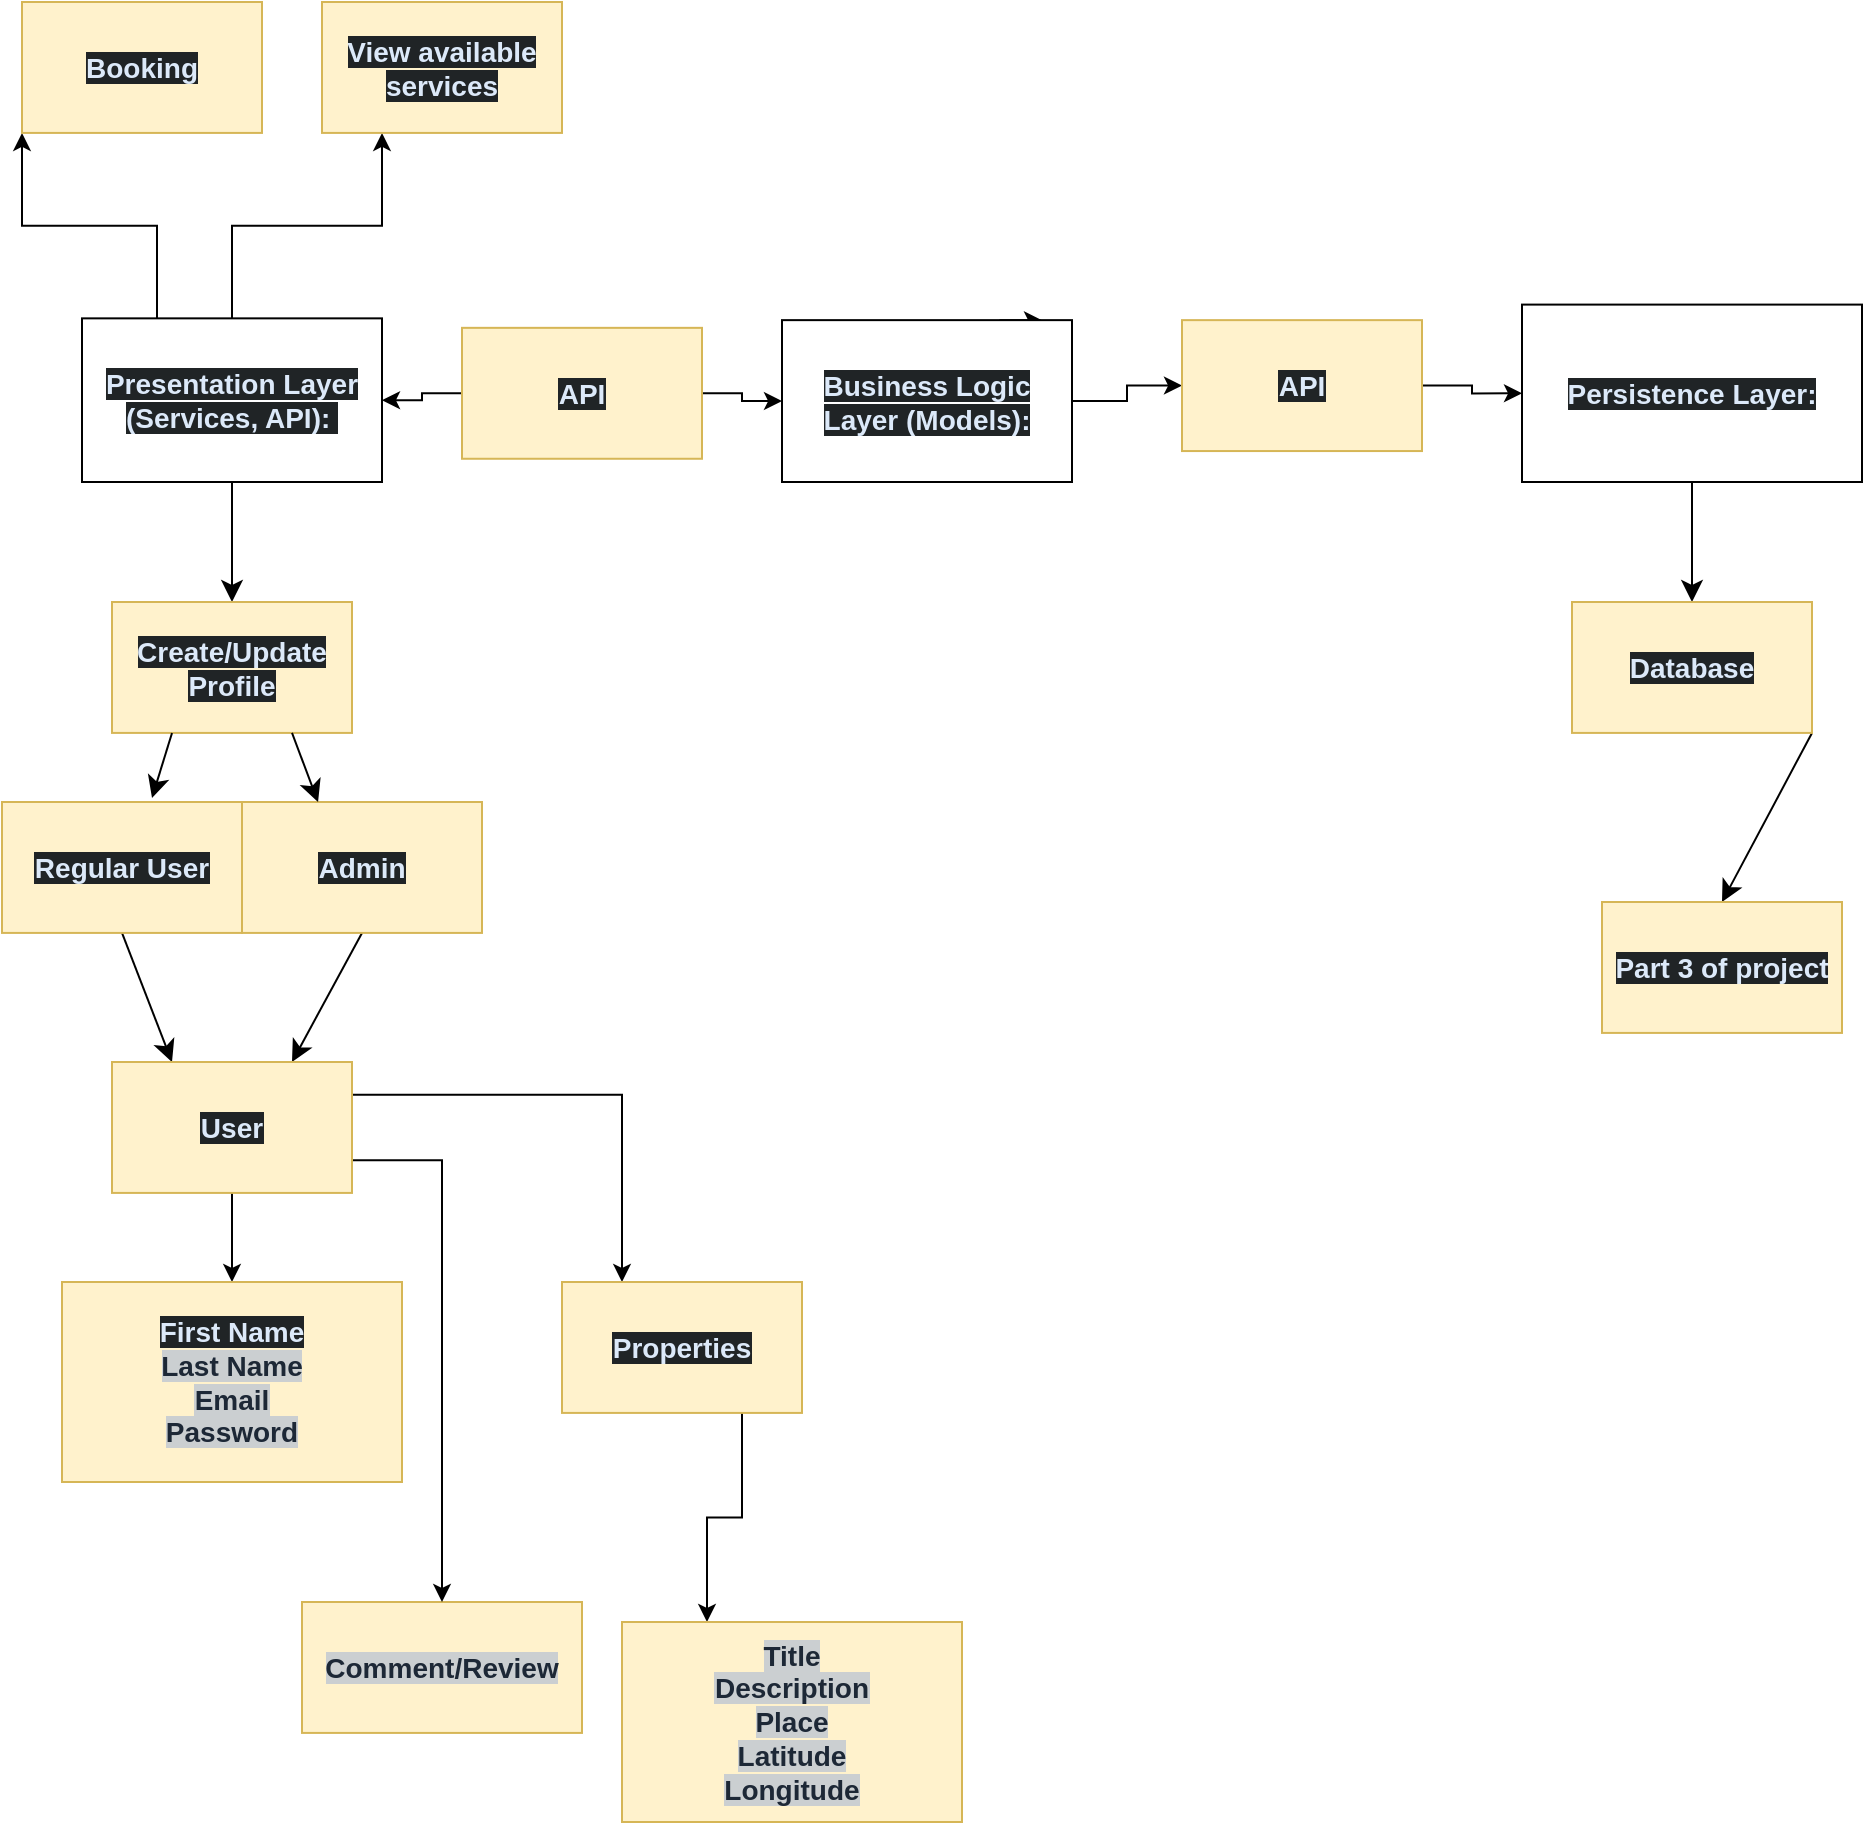
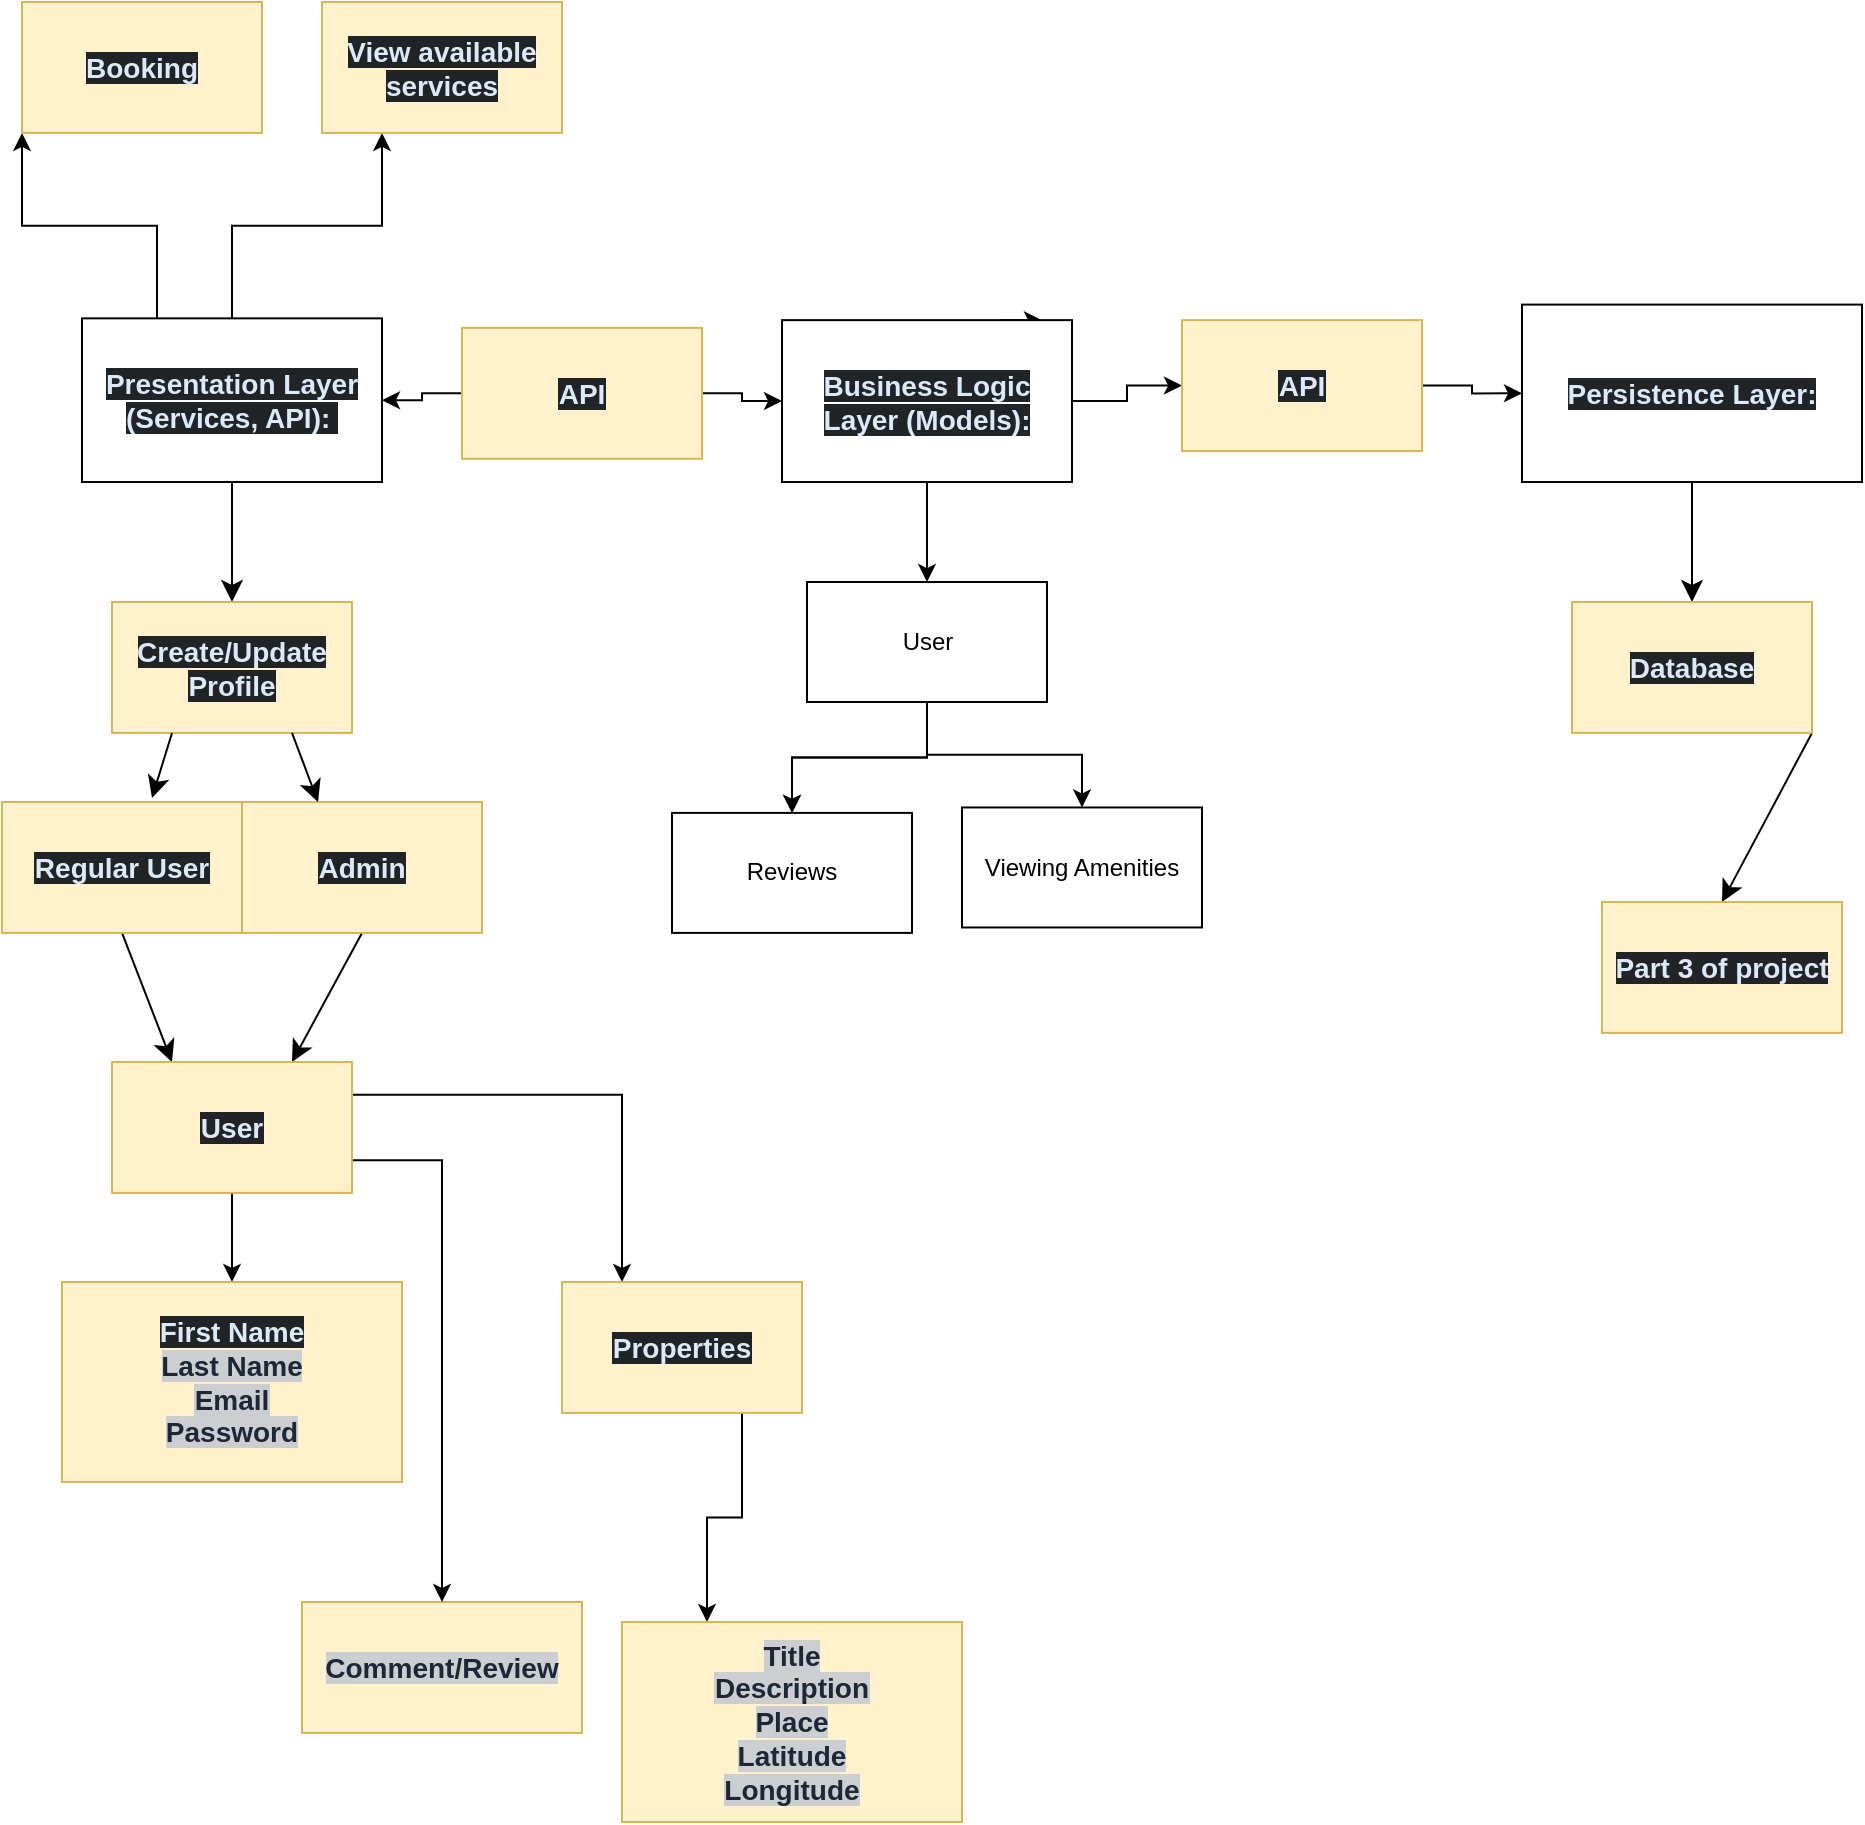
<mxfile host="app.diagrams.net">
  <diagram name="Page-1" id="-YqvBdWR7zro55ob8_1u">
-     <mxGraphModel dx="1414" dy="795" grid="1" gridSize="10" guides="1" tooltips="1" connect="1" arrows="1" fold="1" page="1" pageScale="1" pageWidth="850" pageHeight="1100" math="0" shadow="0">
+     <mxGraphModel dx="1291" dy="956" grid="1" gridSize="10" guides="1" tooltips="1" connect="1" arrows="1" fold="1" page="1" pageScale="1" pageWidth="850" pageHeight="1100" math="0" shadow="0">
      <root>
        <mxCell id="0" />
        <mxCell id="1" parent="0" />
        <mxCell id="knfjWByLyRWuwcYY4K55-11" edge="1" parent="1" source="hUDn5ZNKDxH-Q9J3WyCt-1" style="edgeStyle=none;curved=1;rounded=0;orthogonalLoop=1;jettySize=auto;html=1;exitX=0.5;exitY=1;exitDx=0;exitDy=0;fontSize=12;startSize=8;endSize=8;" target="knfjWByLyRWuwcYY4K55-1">
          <mxGeometry relative="1" as="geometry" />
        </mxCell>
        <mxCell id="nrL1aRvaP8A3k5mvhdIb-1" edge="1" parent="1" source="hUDn5ZNKDxH-Q9J3WyCt-1" style="edgeStyle=orthogonalEdgeStyle;rounded=0;orthogonalLoop=1;jettySize=auto;html=1;exitX=0.25;exitY=0;exitDx=0;exitDy=0;entryX=0;entryY=1;entryDx=0;entryDy=0;" target="nDmQYND_-jVZAFU5oeKq-2">
          <mxGeometry relative="1" as="geometry" />
        </mxCell>
        <mxCell id="nrL1aRvaP8A3k5mvhdIb-2" edge="1" parent="1" source="hUDn5ZNKDxH-Q9J3WyCt-1" style="edgeStyle=orthogonalEdgeStyle;rounded=0;orthogonalLoop=1;jettySize=auto;html=1;exitX=0.5;exitY=0;exitDx=0;exitDy=0;entryX=0.25;entryY=1;entryDx=0;entryDy=0;" target="nDmQYND_-jVZAFU5oeKq-3">
          <mxGeometry relative="1" as="geometry" />
        </mxCell>
        <mxCell id="hUDn5ZNKDxH-Q9J3WyCt-1" parent="1" style="rounded=0;whiteSpace=wrap;html=1;" value="&lt;strong style=&quot;box-sizing: border-box; font-weight: bold; scrollbar-color: rgb(95, 99, 104) rgb(49, 54, 60); color: rgb(220, 233, 249); font-family: aktiv-grotesk, sans-serif; font-size: 14px; text-align: start; background-color: rgb(32, 36, 38);&quot;&gt;Presentation Layer (Services, API):&lt;/strong&gt;&lt;span style=&quot;color: rgb(220, 233, 249); font-family: aktiv-grotesk, sans-serif; font-size: 14px; text-align: start; background-color: rgb(32, 36, 38);&quot;&gt;&amp;nbsp;&lt;/span&gt;" vertex="1">
          <mxGeometry height="81.82" width="150" x="40" y="258.18" as="geometry" />
        </mxCell>
        <mxCell id="nrL1aRvaP8A3k5mvhdIb-28" edge="1" parent="1" source="hUDn5ZNKDxH-Q9J3WyCt-2" style="edgeStyle=orthogonalEdgeStyle;rounded=0;orthogonalLoop=1;jettySize=auto;html=1;exitX=0.75;exitY=0;exitDx=0;exitDy=0;">
          <mxGeometry relative="1" as="geometry">
            <mxPoint x="520" y="259" as="targetPoint" />
          </mxGeometry>
        </mxCell>
        <mxCell id="nrL1aRvaP8A3k5mvhdIb-29" edge="1" parent="1" source="hUDn5ZNKDxH-Q9J3WyCt-2" style="edgeStyle=orthogonalEdgeStyle;rounded=0;orthogonalLoop=1;jettySize=auto;html=1;exitX=1;exitY=0.5;exitDx=0;exitDy=0;entryX=0;entryY=0.5;entryDx=0;entryDy=0;" target="nrL1aRvaP8A3k5mvhdIb-25">
+           <mxGeometry relative="1" as="geometry" />
+         </mxCell>
+         <mxCell id="IQe30unK_AcWwb2UXMVU-2" edge="1" parent="1" source="hUDn5ZNKDxH-Q9J3WyCt-2" style="edgeStyle=orthogonalEdgeStyle;rounded=0;orthogonalLoop=1;jettySize=auto;html=1;" target="IQe30unK_AcWwb2UXMVU-1" value="">
          <mxGeometry relative="1" as="geometry" />
        </mxCell>
        <mxCell id="hUDn5ZNKDxH-Q9J3WyCt-2" parent="1" style="rounded=0;whiteSpace=wrap;html=1;" value="&lt;strong style=&quot;box-sizing: border-box; font-weight: bold; scrollbar-color: rgb(95, 99, 104) rgb(49, 54, 60); color: rgb(220, 233, 249); font-family: aktiv-grotesk, sans-serif; font-size: 14px; text-align: start; background-color: rgb(32, 36, 38);&quot;&gt;Business Logic Layer (Models):&lt;/strong&gt;" vertex="1">
          <mxGeometry height="80.93" width="145" x="390" y="259.07" as="geometry" />
        </mxCell>
        <mxCell id="knfjWByLyRWuwcYY4K55-10" edge="1" parent="1" source="hUDn5ZNKDxH-Q9J3WyCt-3" style="edgeStyle=none;curved=1;rounded=0;orthogonalLoop=1;jettySize=auto;html=1;exitX=0.5;exitY=1;exitDx=0;exitDy=0;entryX=0.5;entryY=0;entryDx=0;entryDy=0;fontSize=12;startSize=8;endSize=8;" target="knfjWByLyRWuwcYY4K55-9">
          <mxGeometry relative="1" as="geometry" />
        </mxCell>
        <mxCell id="hUDn5ZNKDxH-Q9J3WyCt-3" parent="1" style="rounded=0;whiteSpace=wrap;html=1;" value="&lt;strong style=&quot;box-sizing: border-box; font-weight: bold; scrollbar-color: rgb(95, 99, 104) rgb(49, 54, 60); color: rgb(220, 233, 249); font-family: aktiv-grotesk, sans-serif; font-size: 14px; text-align: start; background-color: rgb(32, 36, 38);&quot;&gt;Persistence Layer:&lt;/strong&gt;" vertex="1">
          <mxGeometry height="88.7" width="170" x="760" y="251.3" as="geometry" />
        </mxCell>
        <mxCell id="nDmQYND_-jVZAFU5oeKq-2" parent="1" style="rounded=0;whiteSpace=wrap;html=1;fillColor=#fff2cc;strokeColor=#d6b656;" value="&lt;div style=&quot;text-align: start;&quot;&gt;&lt;font color=&quot;#dce9f9&quot; face=&quot;aktiv-grotesk, sans-serif&quot;&gt;&lt;span style=&quot;font-size: 14px; background-color: rgb(32, 36, 38);&quot;&gt;&lt;b&gt;Booking&lt;/b&gt;&lt;/span&gt;&lt;/font&gt;&lt;/div&gt;" vertex="1">
          <mxGeometry height="65.46" width="120" x="10" y="100" as="geometry" />
        </mxCell>
        <mxCell id="nDmQYND_-jVZAFU5oeKq-3" parent="1" style="rounded=0;whiteSpace=wrap;html=1;align=center;fillColor=#fff2cc;strokeColor=#d6b656;" value="&lt;div style=&quot;&quot;&gt;&lt;font color=&quot;#dce9f9&quot; face=&quot;aktiv-grotesk, sans-serif&quot;&gt;&lt;span style=&quot;font-size: 14px; background-color: rgb(32, 36, 38);&quot;&gt;&lt;b&gt;View available services&lt;/b&gt;&lt;/span&gt;&lt;/font&gt;&lt;/div&gt;" vertex="1">
          <mxGeometry height="65.46" width="120" x="160" y="100.00000000000003" as="geometry" />
        </mxCell>
        <mxCell id="nDmQYND_-jVZAFU5oeKq-4" parent="1" style="rounded=0;whiteSpace=wrap;html=1;align=center;fillColor=#fff2cc;strokeColor=#d6b656;" value="&lt;div style=&quot;&quot;&gt;&lt;font color=&quot;#1d2836&quot; face=&quot;aktiv-grotesk, sans-serif&quot;&gt;&lt;span style=&quot;font-size: 14px; background-color: rgb(203, 207, 209);&quot;&gt;&lt;b&gt;Comment/Review&lt;/b&gt;&lt;/span&gt;&lt;/font&gt;&lt;/div&gt;" vertex="1">
          <mxGeometry height="65.46" width="140" x="150" y="900" as="geometry" />
        </mxCell>
        <mxCell id="knfjWByLyRWuwcYY4K55-1" parent="1" style="rounded=0;whiteSpace=wrap;html=1;align=center;fillColor=#fff2cc;strokeColor=#d6b656;" value="&lt;div style=&quot;&quot;&gt;&lt;font color=&quot;#dce9f9&quot; face=&quot;aktiv-grotesk, sans-serif&quot;&gt;&lt;span style=&quot;font-size: 14px; background-color: rgb(32, 36, 38);&quot;&gt;&lt;b&gt;Create/Update Profile&lt;/b&gt;&lt;/span&gt;&lt;/font&gt;&lt;/div&gt;" vertex="1">
          <mxGeometry height="65.46" width="120" x="55" y="400" as="geometry" />
        </mxCell>
        <mxCell id="knfjWByLyRWuwcYY4K55-12" edge="1" parent="1" source="knfjWByLyRWuwcYY4K55-3" style="edgeStyle=none;curved=1;rounded=0;orthogonalLoop=1;jettySize=auto;html=1;exitX=0.5;exitY=1;exitDx=0;exitDy=0;entryX=0.25;entryY=0;entryDx=0;entryDy=0;fontSize=12;startSize=8;endSize=8;" target="knfjWByLyRWuwcYY4K55-7">
          <mxGeometry relative="1" as="geometry" />
        </mxCell>
        <mxCell id="knfjWByLyRWuwcYY4K55-3" parent="1" style="rounded=0;whiteSpace=wrap;html=1;align=center;fillColor=#fff2cc;strokeColor=#d6b656;" value="&lt;div style=&quot;&quot;&gt;&lt;font color=&quot;#dce9f9&quot; face=&quot;aktiv-grotesk, sans-serif&quot;&gt;&lt;span style=&quot;font-size: 14px; background-color: rgb(32, 36, 38);&quot;&gt;&lt;b&gt;Regular User&lt;/b&gt;&lt;/span&gt;&lt;/font&gt;&lt;/div&gt;" vertex="1">
          <mxGeometry height="65.46" width="120" y="500" as="geometry" />
        </mxCell>
        <mxCell id="knfjWByLyRWuwcYY4K55-13" edge="1" parent="1" source="knfjWByLyRWuwcYY4K55-4" style="edgeStyle=none;curved=1;rounded=0;orthogonalLoop=1;jettySize=auto;html=1;exitX=0.5;exitY=1;exitDx=0;exitDy=0;entryX=0.75;entryY=0;entryDx=0;entryDy=0;fontSize=12;startSize=8;endSize=8;" target="knfjWByLyRWuwcYY4K55-7">
          <mxGeometry relative="1" as="geometry" />
        </mxCell>
        <mxCell id="knfjWByLyRWuwcYY4K55-4" parent="1" style="rounded=0;whiteSpace=wrap;html=1;align=center;fillColor=#fff2cc;strokeColor=#d6b656;" value="&lt;div style=&quot;&quot;&gt;&lt;font color=&quot;#dce9f9&quot; face=&quot;aktiv-grotesk, sans-serif&quot;&gt;&lt;span style=&quot;font-size: 14px; background-color: rgb(32, 36, 38);&quot;&gt;&lt;b&gt;Admin&lt;/b&gt;&lt;/span&gt;&lt;/font&gt;&lt;/div&gt;" vertex="1">
          <mxGeometry height="65.46" width="120" x="120" y="500" as="geometry" />
        </mxCell>
        <mxCell id="knfjWByLyRWuwcYY4K55-5" edge="1" parent="1" source="knfjWByLyRWuwcYY4K55-1" style="edgeStyle=none;curved=1;rounded=0;orthogonalLoop=1;jettySize=auto;html=1;exitX=0.25;exitY=1;exitDx=0;exitDy=0;entryX=0.625;entryY=-0.031;entryDx=0;entryDy=0;entryPerimeter=0;fontSize=12;startSize=8;endSize=8;" target="knfjWByLyRWuwcYY4K55-3">
          <mxGeometry relative="1" as="geometry" />
        </mxCell>
        <mxCell id="knfjWByLyRWuwcYY4K55-6" edge="1" parent="1" source="knfjWByLyRWuwcYY4K55-1" style="edgeStyle=none;curved=1;rounded=0;orthogonalLoop=1;jettySize=auto;html=1;exitX=0.75;exitY=1;exitDx=0;exitDy=0;entryX=0.317;entryY=0;entryDx=0;entryDy=0;entryPerimeter=0;fontSize=12;startSize=8;endSize=8;" target="knfjWByLyRWuwcYY4K55-4">
          <mxGeometry relative="1" as="geometry" />
        </mxCell>
        <mxCell id="nrL1aRvaP8A3k5mvhdIb-16" edge="1" parent="1" source="knfjWByLyRWuwcYY4K55-7" style="edgeStyle=orthogonalEdgeStyle;rounded=0;orthogonalLoop=1;jettySize=auto;html=1;exitX=0.5;exitY=1;exitDx=0;exitDy=0;entryX=0.5;entryY=0;entryDx=0;entryDy=0;" target="nrL1aRvaP8A3k5mvhdIb-10">
          <mxGeometry relative="1" as="geometry" />
        </mxCell>
        <mxCell id="nrL1aRvaP8A3k5mvhdIb-18" edge="1" parent="1" source="knfjWByLyRWuwcYY4K55-7" style="edgeStyle=orthogonalEdgeStyle;rounded=0;orthogonalLoop=1;jettySize=auto;html=1;exitX=1;exitY=0.75;exitDx=0;exitDy=0;entryX=0.5;entryY=0;entryDx=0;entryDy=0;" target="nDmQYND_-jVZAFU5oeKq-4">
          <mxGeometry relative="1" as="geometry" />
        </mxCell>
        <mxCell id="nrL1aRvaP8A3k5mvhdIb-19" edge="1" parent="1" source="knfjWByLyRWuwcYY4K55-7" style="edgeStyle=orthogonalEdgeStyle;rounded=0;orthogonalLoop=1;jettySize=auto;html=1;exitX=1;exitY=0.25;exitDx=0;exitDy=0;entryX=0.25;entryY=0;entryDx=0;entryDy=0;" target="nrL1aRvaP8A3k5mvhdIb-3">
          <mxGeometry relative="1" as="geometry" />
        </mxCell>
        <mxCell id="knfjWByLyRWuwcYY4K55-7" parent="1" style="rounded=0;whiteSpace=wrap;html=1;align=center;fillColor=#fff2cc;strokeColor=#d6b656;" value="&lt;div style=&quot;&quot;&gt;&lt;font color=&quot;#dce9f9&quot; face=&quot;aktiv-grotesk, sans-serif&quot;&gt;&lt;span style=&quot;font-size: 14px; background-color: rgb(32, 36, 38);&quot;&gt;&lt;b&gt;User&lt;/b&gt;&lt;/span&gt;&lt;/font&gt;&lt;/div&gt;" vertex="1">
          <mxGeometry height="65.46" width="120" x="55" y="630" as="geometry" />
        </mxCell>
        <mxCell id="knfjWByLyRWuwcYY4K55-16" edge="1" parent="1" source="knfjWByLyRWuwcYY4K55-9" style="edgeStyle=none;curved=1;rounded=0;orthogonalLoop=1;jettySize=auto;html=1;exitX=1;exitY=1;exitDx=0;exitDy=0;entryX=0.5;entryY=0;entryDx=0;entryDy=0;fontSize=12;startSize=8;endSize=8;" target="knfjWByLyRWuwcYY4K55-14">
          <mxGeometry relative="1" as="geometry" />
        </mxCell>
        <mxCell id="knfjWByLyRWuwcYY4K55-9" parent="1" style="rounded=0;whiteSpace=wrap;html=1;align=center;fillColor=#fff2cc;strokeColor=#d6b656;" value="&lt;div style=&quot;&quot;&gt;&lt;font color=&quot;#dce9f9&quot; face=&quot;aktiv-grotesk, sans-serif&quot;&gt;&lt;span style=&quot;font-size: 14px; background-color: rgb(32, 36, 38);&quot;&gt;&lt;b&gt;Database&lt;/b&gt;&lt;/span&gt;&lt;/font&gt;&lt;/div&gt;" vertex="1">
          <mxGeometry height="65.46" width="120" x="785" y="400" as="geometry" />
        </mxCell>
        <mxCell id="knfjWByLyRWuwcYY4K55-14" parent="1" style="rounded=0;whiteSpace=wrap;html=1;align=center;fillColor=#fff2cc;strokeColor=#d6b656;" value="&lt;div style=&quot;&quot;&gt;&lt;font color=&quot;#dce9f9&quot; face=&quot;aktiv-grotesk, sans-serif&quot;&gt;&lt;span style=&quot;font-size: 14px; background-color: rgb(32, 36, 38);&quot;&gt;&lt;b&gt;Part 3 of project&lt;/b&gt;&lt;/span&gt;&lt;/font&gt;&lt;/div&gt;" vertex="1">
          <mxGeometry height="65.46" width="120" x="800" y="550" as="geometry" />
        </mxCell>
        <mxCell id="nrL1aRvaP8A3k5mvhdIb-23" edge="1" parent="1" source="nrL1aRvaP8A3k5mvhdIb-3" style="edgeStyle=orthogonalEdgeStyle;rounded=0;orthogonalLoop=1;jettySize=auto;html=1;exitX=0.75;exitY=1;exitDx=0;exitDy=0;entryX=0.25;entryY=0;entryDx=0;entryDy=0;" target="nrL1aRvaP8A3k5mvhdIb-20">
          <mxGeometry relative="1" as="geometry" />
        </mxCell>
        <mxCell id="nrL1aRvaP8A3k5mvhdIb-3" parent="1" style="rounded=0;whiteSpace=wrap;html=1;align=center;fillColor=#fff2cc;strokeColor=#d6b656;" value="&lt;div style=&quot;&quot;&gt;&lt;font color=&quot;#dce9f9&quot; face=&quot;aktiv-grotesk, sans-serif&quot;&gt;&lt;span style=&quot;font-size: 14px; background-color: rgb(32, 36, 38);&quot;&gt;&lt;b&gt;Properties&lt;/b&gt;&lt;/span&gt;&lt;/font&gt;&lt;/div&gt;" vertex="1">
          <mxGeometry height="65.46" width="120" x="280" y="740" as="geometry" />
        </mxCell>
        <mxCell id="nrL1aRvaP8A3k5mvhdIb-10" parent="1" style="rounded=0;whiteSpace=wrap;html=1;align=center;fillColor=#fff2cc;strokeColor=#d6b656;" value="&lt;div style=&quot;&quot;&gt;&lt;font color=&quot;#dce9f9&quot; face=&quot;aktiv-grotesk, sans-serif&quot;&gt;&lt;span style=&quot;font-size: 14px; background-color: rgb(32, 36, 38);&quot;&gt;&lt;b&gt;First Name&lt;/b&gt;&lt;/span&gt;&lt;/font&gt;&lt;/div&gt;&lt;div style=&quot;&quot;&gt;&lt;font color=&quot;#1d2836&quot; face=&quot;aktiv-grotesk, sans-serif&quot;&gt;&lt;span style=&quot;font-size: 14px; background-color: rgb(203, 207, 209);&quot;&gt;&lt;b&gt;Last Name&lt;/b&gt;&lt;/span&gt;&lt;/font&gt;&lt;/div&gt;&lt;div style=&quot;&quot;&gt;&lt;font color=&quot;#1d2836&quot; face=&quot;aktiv-grotesk, sans-serif&quot;&gt;&lt;span style=&quot;font-size: 14px; background-color: rgb(203, 207, 209);&quot;&gt;&lt;b&gt;Email&lt;/b&gt;&lt;/span&gt;&lt;/font&gt;&lt;/div&gt;&lt;div style=&quot;&quot;&gt;&lt;font color=&quot;#1d2836&quot; face=&quot;aktiv-grotesk, sans-serif&quot;&gt;&lt;span style=&quot;font-size: 14px; background-color: rgb(203, 207, 209);&quot;&gt;&lt;b&gt;Password&lt;/b&gt;&lt;/span&gt;&lt;/font&gt;&lt;/div&gt;" vertex="1">
          <mxGeometry height="100" width="170" x="30" y="740" as="geometry" />
        </mxCell>
        <mxCell id="nrL1aRvaP8A3k5mvhdIb-20" parent="1" style="rounded=0;whiteSpace=wrap;html=1;align=center;fillColor=#fff2cc;strokeColor=#d6b656;" value="&lt;div style=&quot;&quot;&gt;&lt;font color=&quot;#1d2836&quot; face=&quot;aktiv-grotesk, sans-serif&quot;&gt;&lt;span style=&quot;font-size: 14px; background-color: rgb(203, 207, 209);&quot;&gt;&lt;b&gt;Title&lt;/b&gt;&lt;/span&gt;&lt;/font&gt;&lt;/div&gt;&lt;div style=&quot;&quot;&gt;&lt;font color=&quot;#1d2836&quot; face=&quot;aktiv-grotesk, sans-serif&quot;&gt;&lt;span style=&quot;font-size: 14px; background-color: rgb(203, 207, 209);&quot;&gt;&lt;b&gt;Description&lt;/b&gt;&lt;/span&gt;&lt;/font&gt;&lt;/div&gt;&lt;div style=&quot;&quot;&gt;&lt;font color=&quot;#1d2836&quot; face=&quot;aktiv-grotesk, sans-serif&quot;&gt;&lt;span style=&quot;font-size: 14px; background-color: rgb(203, 207, 209);&quot;&gt;&lt;b&gt;Place&lt;/b&gt;&lt;/span&gt;&lt;/font&gt;&lt;/div&gt;&lt;div style=&quot;&quot;&gt;&lt;font color=&quot;#1d2836&quot; face=&quot;aktiv-grotesk, sans-serif&quot;&gt;&lt;span style=&quot;font-size: 14px; background-color: rgb(203, 207, 209);&quot;&gt;&lt;b&gt;Latitude&lt;/b&gt;&lt;/span&gt;&lt;/font&gt;&lt;/div&gt;&lt;div style=&quot;&quot;&gt;&lt;font color=&quot;#1d2836&quot; face=&quot;aktiv-grotesk, sans-serif&quot;&gt;&lt;span style=&quot;font-size: 14px; background-color: rgb(203, 207, 209);&quot;&gt;&lt;b&gt;Longitude&lt;/b&gt;&lt;/span&gt;&lt;/font&gt;&lt;/div&gt;" vertex="1">
          <mxGeometry height="100" width="170" x="310" y="910" as="geometry" />
        </mxCell>
        <mxCell id="nrL1aRvaP8A3k5mvhdIb-26" edge="1" parent="1" source="nrL1aRvaP8A3k5mvhdIb-24" style="edgeStyle=orthogonalEdgeStyle;rounded=0;orthogonalLoop=1;jettySize=auto;html=1;exitX=1;exitY=0.5;exitDx=0;exitDy=0;" target="hUDn5ZNKDxH-Q9J3WyCt-2">
          <mxGeometry relative="1" as="geometry" />
        </mxCell>
        <mxCell id="nrL1aRvaP8A3k5mvhdIb-27" edge="1" parent="1" source="nrL1aRvaP8A3k5mvhdIb-24" style="edgeStyle=orthogonalEdgeStyle;rounded=0;orthogonalLoop=1;jettySize=auto;html=1;exitX=0;exitY=0.5;exitDx=0;exitDy=0;entryX=1;entryY=0.5;entryDx=0;entryDy=0;" target="hUDn5ZNKDxH-Q9J3WyCt-1">
          <mxGeometry relative="1" as="geometry" />
        </mxCell>
        <mxCell id="nrL1aRvaP8A3k5mvhdIb-24" parent="1" style="rounded=0;whiteSpace=wrap;html=1;align=center;fillColor=#fff2cc;strokeColor=#d6b656;" value="&lt;div style=&quot;&quot;&gt;&lt;font color=&quot;#dce9f9&quot; face=&quot;aktiv-grotesk, sans-serif&quot;&gt;&lt;span style=&quot;font-size: 14px; background-color: rgb(32, 36, 38);&quot;&gt;&lt;b&gt;API&lt;/b&gt;&lt;/span&gt;&lt;/font&gt;&lt;/div&gt;" vertex="1">
          <mxGeometry height="65.46" width="120" x="230" y="262.91999999999996" as="geometry" />
        </mxCell>
        <mxCell id="nrL1aRvaP8A3k5mvhdIb-30" edge="1" parent="1" source="nrL1aRvaP8A3k5mvhdIb-25" style="edgeStyle=orthogonalEdgeStyle;rounded=0;orthogonalLoop=1;jettySize=auto;html=1;exitX=1;exitY=0.5;exitDx=0;exitDy=0;entryX=0;entryY=0.5;entryDx=0;entryDy=0;" target="hUDn5ZNKDxH-Q9J3WyCt-3">
          <mxGeometry relative="1" as="geometry" />
        </mxCell>
        <mxCell id="nrL1aRvaP8A3k5mvhdIb-25" parent="1" style="rounded=0;whiteSpace=wrap;html=1;align=center;fillColor=#fff2cc;strokeColor=#d6b656;" value="&lt;div style=&quot;&quot;&gt;&lt;font color=&quot;#dce9f9&quot; face=&quot;aktiv-grotesk, sans-serif&quot;&gt;&lt;span style=&quot;font-size: 14px; background-color: rgb(32, 36, 38);&quot;&gt;&lt;b&gt;API&lt;/b&gt;&lt;/span&gt;&lt;/font&gt;&lt;/div&gt;" vertex="1">
          <mxGeometry height="65.46" width="120" x="590" y="259.07" as="geometry" />
        </mxCell>
+         <mxCell id="IQe30unK_AcWwb2UXMVU-4" edge="1" parent="1" source="IQe30unK_AcWwb2UXMVU-1" style="edgeStyle=orthogonalEdgeStyle;rounded=0;orthogonalLoop=1;jettySize=auto;html=1;" target="IQe30unK_AcWwb2UXMVU-3" value="">
+           <mxGeometry relative="1" as="geometry" />
+         </mxCell>
+         <mxCell id="IQe30unK_AcWwb2UXMVU-5" edge="1" parent="1" source="IQe30unK_AcWwb2UXMVU-1" style="edgeStyle=orthogonalEdgeStyle;rounded=0;orthogonalLoop=1;jettySize=auto;html=1;" target="IQe30unK_AcWwb2UXMVU-3" value="">
+           <mxGeometry relative="1" as="geometry" />
+         </mxCell>
+         <mxCell id="IQe30unK_AcWwb2UXMVU-7" edge="1" parent="1" source="IQe30unK_AcWwb2UXMVU-1" style="edgeStyle=orthogonalEdgeStyle;rounded=0;orthogonalLoop=1;jettySize=auto;html=1;" target="IQe30unK_AcWwb2UXMVU-6" value="">
+           <mxGeometry relative="1" as="geometry" />
+         </mxCell>
+         <mxCell id="IQe30unK_AcWwb2UXMVU-1" parent="1" style="whiteSpace=wrap;html=1;rounded=0;" value="User" vertex="1">
+           <mxGeometry height="60" width="120" x="402.5" y="390.00500000000005" as="geometry" />
+         </mxCell>
+         <mxCell id="IQe30unK_AcWwb2UXMVU-3" parent="1" style="whiteSpace=wrap;html=1;rounded=0;" value="Reviews" vertex="1">
+           <mxGeometry height="60" width="120" x="335" y="505.4550000000001" as="geometry" />
+         </mxCell>
+         <mxCell id="IQe30unK_AcWwb2UXMVU-6" parent="1" style="whiteSpace=wrap;html=1;rounded=0;" value="Viewing Amenities" vertex="1">
+           <mxGeometry height="60" width="120" x="480" y="502.735" as="geometry" />
+         </mxCell>
      </root>
    </mxGraphModel>
  </diagram>
</mxfile>
